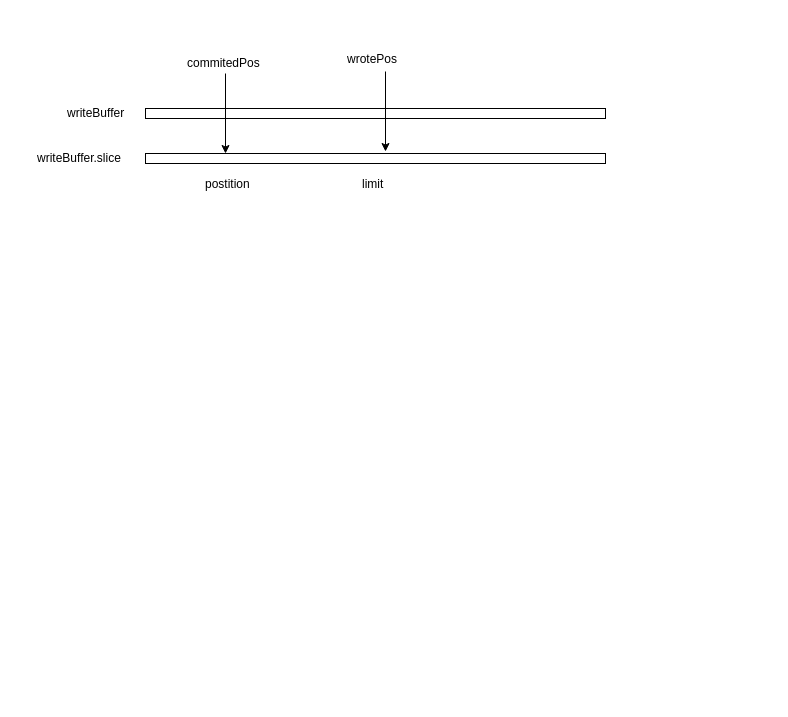
Before: rocketmq.drawio in MihirrajDixit/drawio, a draw.io diagram. Source tidied: cells renumbered, new cells numbered last; positions are measured from the earlier drawing's top-left corner, leaving out a move shared by most shapes. Both pictures are drawn from the tidied source at 100%, with x=0, y=0 at pixel (35, 49).
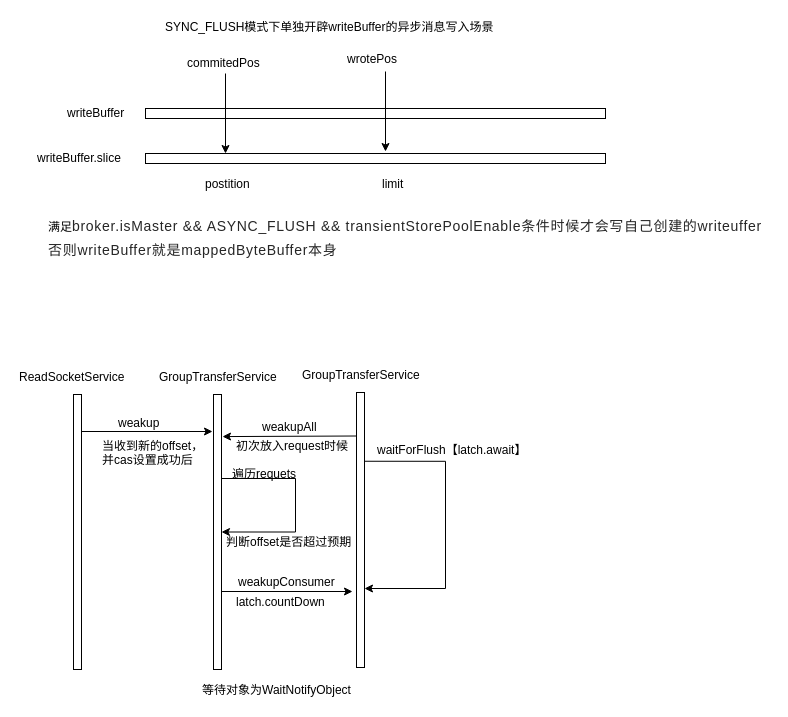
After the change.

The edit, as a diff of the source:
```diff
@@
     <mxCell id="11" value="limit" style="text;html=1;align=left;verticalAlign=top;spacingTop=-4;" parent="1" vertex="1">
-      <mxGeometry x="325" y="125" width="31" height="14" as="geometry" />
+      <mxGeometry x="345" y="125" width="31" height="14" as="geometry" />
     </mxCell>
+    <mxCell id="12" value="满足&lt;span style=&quot;font-size: 14px ; color: rgb(38 , 38 , 38) ; line-height: 24px ; letter-spacing: 0.05em ; outline-style: none ; overflow-wrap: break-word&quot;&gt;broker.isMaster &amp;amp;&amp;amp; ASYNC_FLUSH &amp;amp;&amp;amp;&amp;nbsp;transientStorePoolEnable条件时候才会写自己创建的writeuffer&lt;br&gt;否则writeBuffer就是mappedByteBuffer本身&lt;br&gt;&lt;/span&gt;" style="text;html=1;align=left;verticalAlign=top;spacingTop=-4;" parent="1" vertex="1">
+      <mxGeometry x="11" y="162" width="725" height="48" as="geometry" />
+    </mxCell>
+    <mxCell id="13" value="SYNC_FLUSH模式下单独开辟writeBuffer的异步消息写入场景" style="text;html=1;align=left;verticalAlign=top;spacingTop=-4;" parent="1" vertex="1">
+      <mxGeometry x="128" y="-32" width="339" height="14" as="geometry" />
+    </mxCell>
+    <mxCell id="14" style="rounded=0;whiteSpace=wrap;html=1;" parent="1" vertex="1">
+      <mxGeometry x="178" y="345" width="8" height="275" as="geometry" />
+    </mxCell>
+    <mxCell id="15" value="GroupTransferService" style="text;html=1;align=left;verticalAlign=top;spacingTop=-4;" parent="1" vertex="1">
+      <mxGeometry x="122" y="318" width="128" height="14" as="geometry" />
+    </mxCell>
+    <mxCell id="16" style="rounded=0;whiteSpace=wrap;html=1;" parent="1" vertex="1">
+      <mxGeometry x="38" y="345" width="8" height="275" as="geometry" />
+    </mxCell>
+    <mxCell id="17" value="ReadSocketService" style="text;html=1;align=left;verticalAlign=top;spacingTop=-4;" parent="1" vertex="1">
+      <mxGeometry x="-18" y="318" width="115" height="14" as="geometry" />
+    </mxCell>
+    <mxCell id="18" style="endArrow=classic;html=1;" parent="1" edge="1">
+      <mxGeometry relative="1" as="geometry">
+        <mxPoint x="46" y="382" as="sourcePoint" />
+        <mxPoint x="177" y="382" as="targetPoint" />
+      </mxGeometry>
+    </mxCell>
+    <mxCell id="19" value="weakup" style="text;html=1;align=left;verticalAlign=top;spacingTop=-4;" parent="1" vertex="1">
+      <mxGeometry x="81" y="364" width="51" height="14" as="geometry" />
+    </mxCell>
+    <mxCell id="20" value="当收到新的offset，&lt;br&gt;并cas设置成功后" style="text;html=1;align=left;verticalAlign=top;spacingTop=-4;" parent="1" vertex="1">
+      <mxGeometry x="65" y="387" width="111" height="28" as="geometry" />
+    </mxCell>
+    <mxCell id="21" style="rounded=0;whiteSpace=wrap;html=1;" parent="1" vertex="1">
+      <mxGeometry x="321" y="343" width="8" height="275" as="geometry" />
+    </mxCell>
+    <mxCell id="22" value="GroupTransferService" style="text;html=1;align=left;verticalAlign=top;spacingTop=-4;" parent="1" vertex="1">
+      <mxGeometry x="265" y="316" width="128" height="14" as="geometry" />
+    </mxCell>
+    <mxCell id="23" style="endArrow=classic;html=1;entryX=1.125;entryY=0.153;entryDx=0;entryDy=0;entryPerimeter=0;" parent="1" edge="1" target="14">
+      <mxGeometry relative="1" as="geometry">
+        <mxPoint x="321" y="386.5" as="sourcePoint" />
+      </mxGeometry>
+    </mxCell>
+    <mxCell id="24" value="初次放入request时候" style="text;html=1;align=left;verticalAlign=top;spacingTop=-4;" parent="1" vertex="1">
+      <mxGeometry x="199" y="387" width="130" height="20" as="geometry" />
+    </mxCell>
+    <mxCell id="25" value="weakupAll" style="text;html=1;align=left;verticalAlign=top;spacingTop=-4;" parent="1" vertex="1">
+      <mxGeometry x="225" y="368" width="70" height="20" as="geometry" />
+    </mxCell>
+    <mxCell id="26" value="等待对象为WaitNotifyObject" style="text;html=1;align=left;verticalAlign=top;spacingTop=-4;" parent="1" vertex="1">
+      <mxGeometry x="165" y="631" width="160" height="20" as="geometry" />
+    </mxCell>
+    <mxCell id="27" style="edgeStyle=orthogonalEdgeStyle;rounded=0;jettySize=auto;html=1;exitX=1;exitY=0.25;exitDx=0;exitDy=0;" parent="1" edge="1" source="21">
+      <mxGeometry relative="1" as="geometry">
+        <mxPoint x="329" y="539" as="targetPoint" />
+        <Array as="points">
+          <mxPoint x="410" y="412" />
+          <mxPoint x="410" y="539" />
+          <mxPoint x="329" y="539" />
+        </Array>
+      </mxGeometry>
+    </mxCell>
+    <mxCell id="28" value="waitForFlush【latch.await】" style="text;html=1;align=left;verticalAlign=top;spacingTop=-4;" parent="1" vertex="1">
+      <mxGeometry x="340" y="391" width="160" height="20" as="geometry" />
+    </mxCell>
+    <mxCell id="29" style="endArrow=classic;html=1;" parent="1" edge="1">
+      <mxGeometry relative="1" as="geometry">
+        <mxPoint x="186" y="542" as="sourcePoint" />
+        <mxPoint x="317" y="542" as="targetPoint" />
+      </mxGeometry>
+    </mxCell>
+    <mxCell id="30" value="weakupConsumer" style="text;html=1;align=left;verticalAlign=top;spacingTop=-4;" parent="1" vertex="1">
+      <mxGeometry x="200.5" y="523" width="110" height="20" as="geometry" />
+    </mxCell>
+    <mxCell id="31" value="latch.countDown" style="text;html=1;align=left;verticalAlign=top;spacingTop=-4;" parent="1" vertex="1">
+      <mxGeometry x="199" y="543" width="100" height="20" as="geometry" />
+    </mxCell>
+    <mxCell id="32" style="edgeStyle=orthogonalEdgeStyle;rounded=0;orthogonalLoop=1;jettySize=auto;html=1;exitX=1;exitY=0.25;exitDx=0;exitDy=0;entryX=1;entryY=0.5;entryDx=0;entryDy=0;" parent="1" edge="1" source="14" target="14">
+      <mxGeometry relative="1" as="geometry">
+        <Array as="points">
+          <mxPoint x="186" y="429" />
+          <mxPoint x="260" y="429" />
+          <mxPoint x="260" y="483" />
+        </Array>
+      </mxGeometry>
+    </mxCell>
+    <mxCell id="33" value="遍历requets" style="text;html=1;align=left;verticalAlign=top;spacingTop=-4;" parent="1" vertex="1">
+      <mxGeometry x="195" y="415" width="80" height="20" as="geometry" />
+    </mxCell>
+    <mxCell id="34" value="判断offset是否超过预期" style="text;html=1;align=left;verticalAlign=top;spacingTop=-4;" parent="1" vertex="1">
+      <mxGeometry x="189" y="482.5" width="140" height="20" as="geometry" />
+    </mxCell>
```
